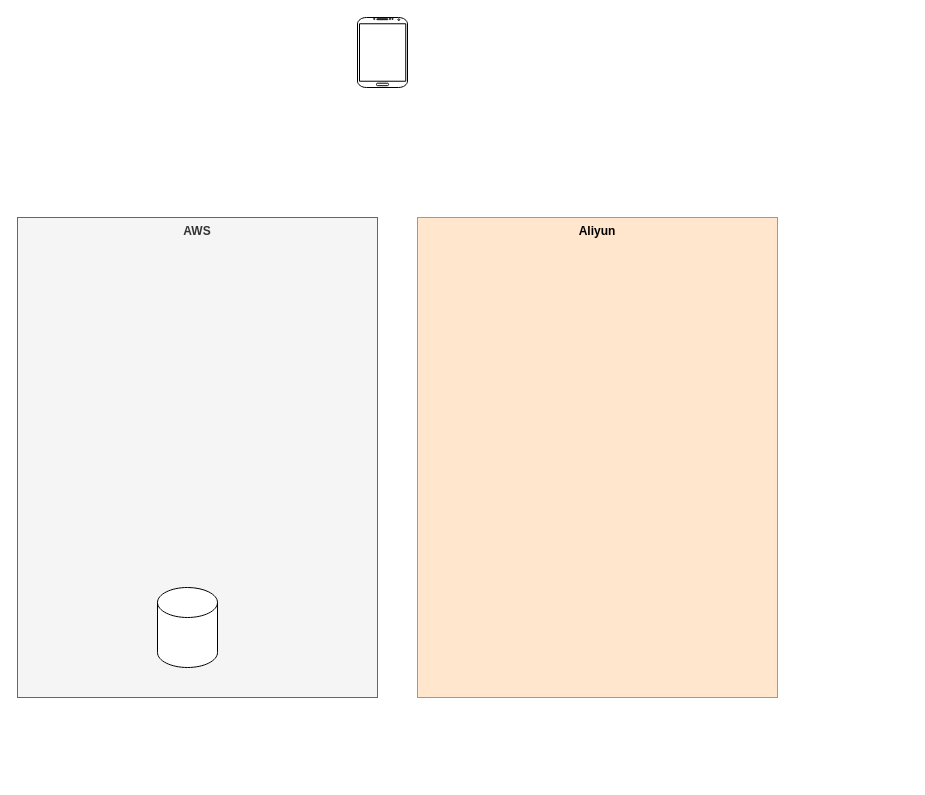
The draw.io diagram 双数据源迁移方案.drawio in catface996/images, before the edit. Source tidied: cells renumbered, new cells numbered last; positions are measured from the earlier drawing's top-left corner, leaving out a move shared by most shapes. Both pictures are drawn from the tidied source at 100%, with x=0, y=0 at pixel (17, 17).
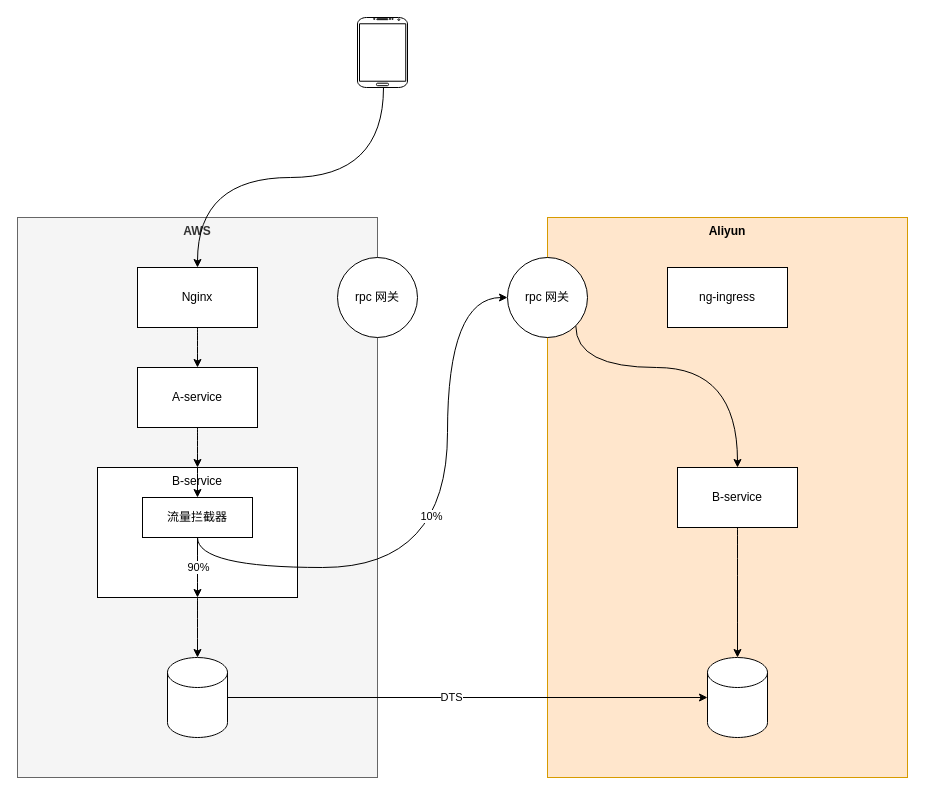
The same page after the edit.

Commit message (it also covers changes not shown here):
更新双数据源迁移方案.drawio

Unchanged cells that the change refers to:
```xml
<mxCell id="4" style="verticalLabelPosition=bottom;verticalAlign=top;html=1;shadow=0;dashed=0;strokeWidth=1;shape=mxgraph.android.phone2;strokeColor=#000000;" parent="1" vertex="1">
  <mxGeometry x="340" width="50" height="70" as="geometry" />
</mxCell>
```

Change to the diagram source:
```diff
@@
     <mxCell id="2" value="AWS" style="rounded=0;whiteSpace=wrap;html=1;fillColor=#f5f5f5;fontColor=#333333;strokeColor=#666666;fontStyle=1;verticalAlign=top;" parent="1" vertex="1">
-      <mxGeometry y="200" width="360" height="480" as="geometry" />
+      <mxGeometry y="200" width="360" height="560" as="geometry" />
     </mxCell>
+    <mxCell id="6" value="B-service" style="rounded=0;whiteSpace=wrap;html=1;strokeColor=#000000;verticalAlign=top;" parent="1" vertex="1">
+      <mxGeometry x="80" y="450" width="200" height="130" as="geometry" />
+    </mxCell>
     <mxCell id="3" value="Aliyun" style="rounded=0;whiteSpace=wrap;html=1;fillColor=#ffe6cc;strokeColor=#d79b00;fontStyle=1;verticalAlign=top;" parent="1" vertex="1">
-      <mxGeometry x="400" y="200" width="360" height="480" as="geometry" />
+      <mxGeometry x="530" y="200" width="360" height="560" as="geometry" />
     </mxCell>
+    <mxCell id="7" style="edgeStyle=orthogonalEdgeStyle;rounded=0;jettySize=auto;html=1;entryX=0.5;entryY=0;entryDx=0;entryDy=0;exitX=0.52;exitY=1;exitDx=0;exitDy=0;exitPerimeter=0;curved=1;" parent="1" edge="1" source="4" target="12">
+      <mxGeometry relative="1" as="geometry" />
+    </mxCell>
@@
+    <mxCell id="8" style="edgeStyle=orthogonalEdgeStyle;rounded=0;jettySize=auto;html=1;entryX=0;entryY=0.5;entryDx=0;entryDy=0;entryPerimeter=0;" parent="1" edge="1" source="5" target="10">
+      <mxGeometry relative="1" as="geometry" />
+    </mxCell>
+    <mxCell id="9" value="DTS" style="edgeLabel;html=1;align=center;verticalAlign=middle;" parent="8" vertex="1">
+      <mxGeometry x="-0.07" y="1" relative="1" as="geometry" />
+    </mxCell>
     <mxCell id="5" style="shape=cylinder3;whiteSpace=wrap;html=1;boundedLbl=1;backgroundOutline=1;size=15;strokeColor=#000000;" parent="1" vertex="1">
-      <mxGeometry x="140" y="570" width="60" height="80" as="geometry" />
+      <mxGeometry x="150" y="640" width="60" height="80" as="geometry" />
     </mxCell>
+    <mxCell id="10" style="shape=cylinder3;whiteSpace=wrap;html=1;boundedLbl=1;backgroundOutline=1;size=15;strokeColor=#000000;" parent="1" vertex="1">
+      <mxGeometry x="690" y="640" width="60" height="80" as="geometry" />
+    </mxCell>
+    <mxCell id="11" style="edgeStyle=orthogonalEdgeStyle;curved=1;rounded=0;jettySize=auto;html=1;entryX=0.5;entryY=0;entryDx=0;entryDy=0;" parent="1" edge="1" source="12" target="18">
+      <mxGeometry relative="1" as="geometry" />
+    </mxCell>
+    <mxCell id="12" value="Nginx" style="rounded=0;whiteSpace=wrap;html=1;strokeColor=#000000;" parent="1" vertex="1">
+      <mxGeometry x="120" y="250" width="120" height="60" as="geometry" />
+    </mxCell>
+    <mxCell id="13" value="ng-ingress" style="rounded=0;whiteSpace=wrap;html=1;strokeColor=#000000;" parent="1" vertex="1">
+      <mxGeometry x="650" y="250" width="120" height="60" as="geometry" />
+    </mxCell>
+    <mxCell id="14" value="rpc 网关" style="ellipse;whiteSpace=wrap;html=1;strokeColor=#000000;" parent="1" vertex="1">
+      <mxGeometry x="320" y="240" width="80" height="80" as="geometry" />
+    </mxCell>
+    <mxCell id="15" style="edgeStyle=orthogonalEdgeStyle;curved=1;rounded=0;jettySize=auto;html=1;entryX=0.5;entryY=0;entryDx=0;entryDy=0;exitX=1;exitY=1;exitDx=0;exitDy=0;" parent="1" edge="1" source="16" target="21">
+      <mxGeometry relative="1" as="geometry">
+        <Array as="points">
+          <mxPoint x="558" y="350" />
+          <mxPoint x="720" y="350" />
+        </Array>
+      </mxGeometry>
+    </mxCell>
+    <mxCell id="16" value="rpc 网关" style="ellipse;whiteSpace=wrap;html=1;strokeColor=#000000;" parent="1" vertex="1">
+      <mxGeometry x="490" y="240" width="80" height="80" as="geometry" />
+    </mxCell>
+    <mxCell id="17" style="edgeStyle=orthogonalEdgeStyle;curved=1;rounded=0;jettySize=auto;html=1;entryX=0.5;entryY=0;entryDx=0;entryDy=0;" parent="1" edge="1" source="18" target="6">
+      <mxGeometry relative="1" as="geometry" />
+    </mxCell>
+    <mxCell id="18" value="A-service" style="rounded=0;whiteSpace=wrap;html=1;strokeColor=#000000;" parent="1" vertex="1">
+      <mxGeometry x="120" y="350" width="120" height="60" as="geometry" />
+    </mxCell>
+    <mxCell id="19" style="edgeStyle=orthogonalEdgeStyle;curved=1;rounded=0;jettySize=auto;html=1;entryX=0.5;entryY=0;entryDx=0;entryDy=0;entryPerimeter=0;" parent="1" edge="1" source="6" target="5">
+      <mxGeometry relative="1" as="geometry" />
+    </mxCell>
+    <mxCell id="20" style="edgeStyle=orthogonalEdgeStyle;curved=1;rounded=0;jettySize=auto;html=1;entryX=0.5;entryY=0;entryDx=0;entryDy=0;entryPerimeter=0;" parent="1" edge="1" source="21" target="10">
+      <mxGeometry relative="1" as="geometry" />
+    </mxCell>
+    <mxCell id="21" value="B-service" style="rounded=0;whiteSpace=wrap;html=1;strokeColor=#000000;" parent="1" vertex="1">
+      <mxGeometry x="660" y="450" width="120" height="60" as="geometry" />
+    </mxCell>
+    <mxCell id="22" style="edgeStyle=orthogonalEdgeStyle;curved=1;rounded=0;jettySize=auto;html=1;entryX=0.5;entryY=1;entryDx=0;entryDy=0;" parent="1" edge="1" source="26" target="6">
+      <mxGeometry relative="1" as="geometry">
+        <Array as="points">
+          <mxPoint x="180" y="560" />
+          <mxPoint x="180" y="560" />
+        </Array>
+      </mxGeometry>
+    </mxCell>
+    <mxCell id="23" value="90%" style="edgeLabel;html=1;align=center;verticalAlign=middle;" parent="22" vertex="1">
+      <mxGeometry x="-0.03" relative="1" as="geometry" />
+    </mxCell>
+    <mxCell id="24" style="edgeStyle=orthogonalEdgeStyle;curved=1;rounded=0;jettySize=auto;html=1;entryX=0;entryY=0.5;entryDx=0;entryDy=0;" parent="1" edge="1" target="16">
+      <mxGeometry relative="1" as="geometry">
+        <mxPoint x="180" y="520" as="sourcePoint" />
+        <Array as="points">
+          <mxPoint x="180" y="550" />
+          <mxPoint x="430" y="550" />
+          <mxPoint x="430" y="280" />
+        </Array>
+      </mxGeometry>
+    </mxCell>
+    <mxCell id="25" value="10%" style="edgeLabel;html=1;align=center;verticalAlign=middle;" parent="24" vertex="1">
+      <mxGeometry x="0.09" y="17" relative="1" as="geometry" />
+    </mxCell>
+    <mxCell id="26" value="流量拦截器" style="rounded=0;whiteSpace=wrap;html=1;strokeColor=#000000;" parent="1" vertex="1">
+      <mxGeometry x="125" y="480" width="110" height="40" as="geometry" />
+    </mxCell>
+    <mxCell id="27" style="edgeStyle=orthogonalEdgeStyle;curved=1;rounded=0;jettySize=auto;html=1;entryX=0.5;entryY=0;entryDx=0;entryDy=0;" parent="1" edge="1" source="6" target="26">
+      <mxGeometry relative="1" as="geometry" />
+    </mxCell>
```
